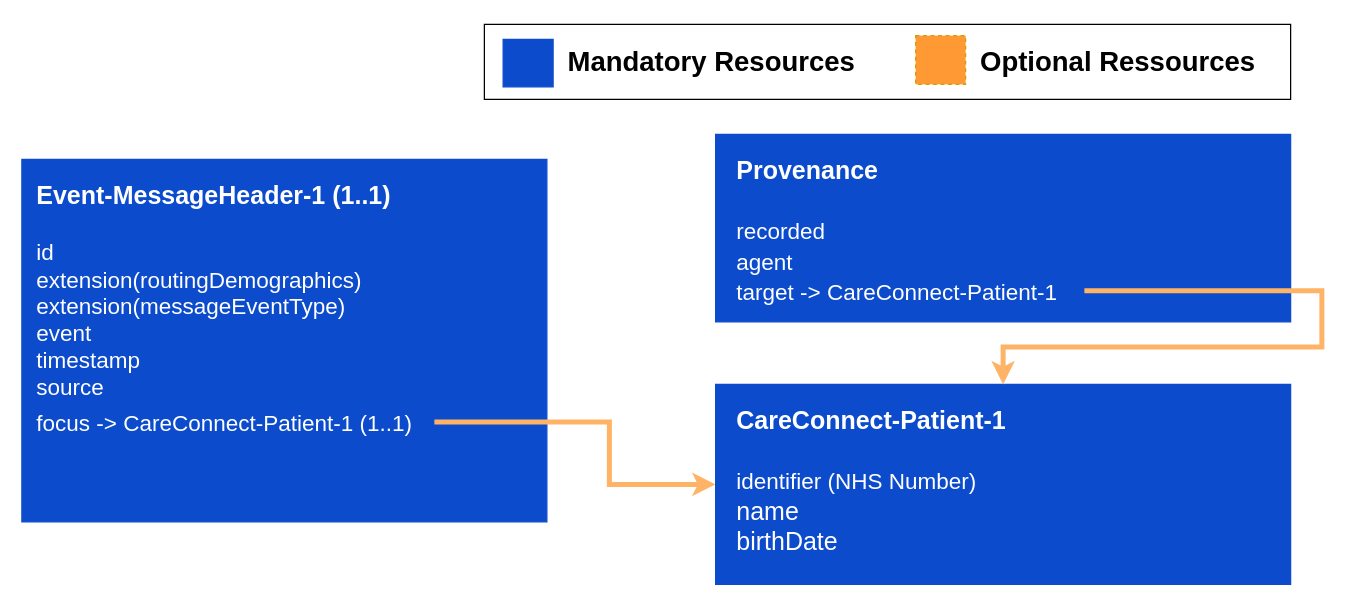
Earlier version of the draw.io diagram images/messages/pds_record_change_1.drawio (nhsconnect/Events-Management). Source tidied: cells renumbered, new cells numbered last; positions are measured from the earlier drawing's top-left corner, leaving out a move shared by most shapes. Both pictures are drawn from the tidied source at 125%, with x=0, y=0 at pixel (21, 21).
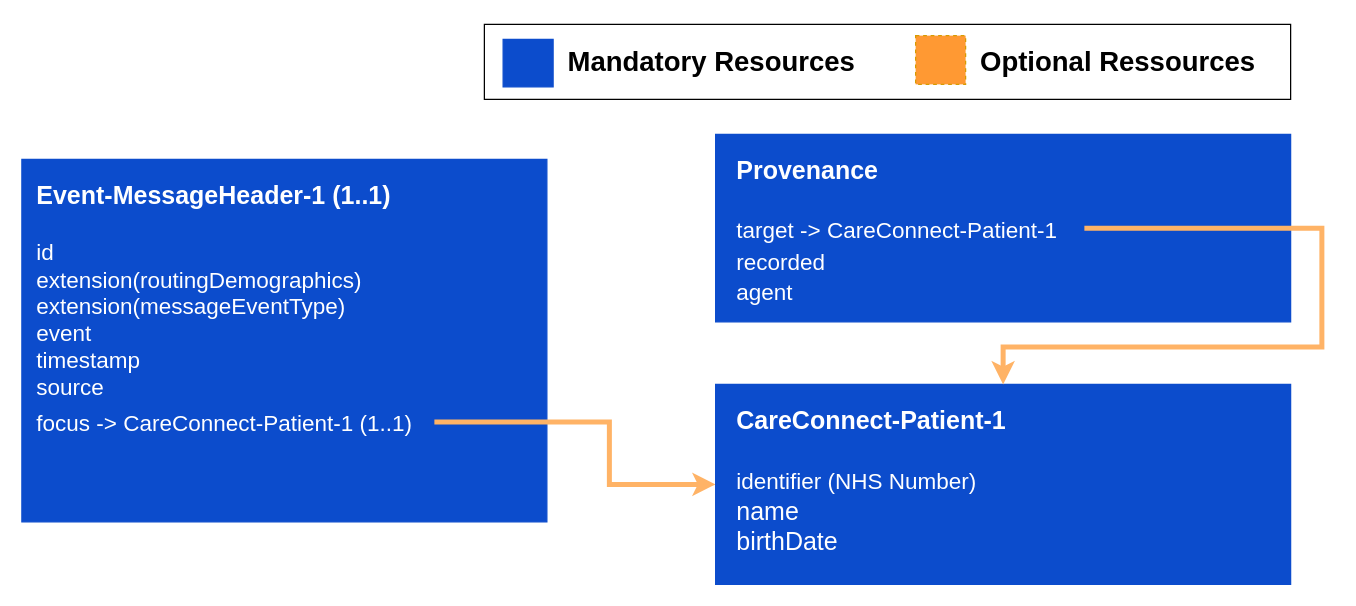
The same page after the edit.

Commit message (it also covers changes not shown here):
Update PDS Change Event Diagram

What changed in the source:
```diff
@@
 <mxGraphModel background="#ffffff">
   <root>
     <mxCell id="0" />
     <mxCell id="1" parent="0" />
     <mxCell id="2" style="rounded=0;whiteSpace=wrap;html=1;strokeColor=#000000;strokeWidth=1;fillColor=none;gradientColor=none;fontSize=90;fontColor=#000000;align=left;" parent="1" vertex="1">
       <mxGeometry x="370" y="2" width="645" height="60" as="geometry" />
     </mxCell>
     <mxCell id="3" value="&lt;br style=&quot;font-size: 20px&quot;&gt;" style="rounded=0;whiteSpace=wrap;html=1;fillColor=#FF9933;strokeColor=#d79b00;fontColor=#000000;verticalAlign=top;align=left;fontSize=20;spacingLeft=10;spacingTop=10;spacingBottom=10;spacingRight=10;fontStyle=1;gradientDirection=east;dashed=1;" parent="1" vertex="1">
       <mxGeometry x="715" y="11" width="40" height="39" as="geometry" />
     </mxCell>
     <mxCell id="4" value="&lt;br style=&quot;font-size: 20px&quot;&gt;" style="rounded=0;whiteSpace=wrap;html=1;fillColor=#0C4CCC;strokeColor=#0C4CCC;fontColor=#FFFFFF;verticalAlign=top;align=left;fontSize=20;spacingLeft=10;spacingTop=10;spacingBottom=10;spacingRight=10;fontStyle=1;" parent="1" vertex="1">
       <mxGeometry x="385" y="14" width="40" height="38" as="geometry" />
     </mxCell>
     <mxCell id="5" value="Optional Ressources" style="text;html=1;strokeColor=none;fillColor=none;align=left;verticalAlign=middle;whiteSpace=wrap;rounded=0;dashed=1;fontSize=22;fontColor=#000000;fontStyle=1;" parent="1" vertex="1">
       <mxGeometry x="765" width="245" height="65" as="geometry" />
     </mxCell>
     <mxCell id="6" value="&lt;div style=&quot;text-align: left&quot;&gt;&lt;span&gt;Mandatory Resources&lt;/span&gt;&lt;/div&gt;" style="text;html=1;strokeColor=none;fillColor=none;align=left;verticalAlign=middle;whiteSpace=wrap;rounded=0;dashed=1;fontSize=22;fontColor=#000000;fontStyle=1;" parent="1" vertex="1">
       <mxGeometry x="435" width="245" height="65" as="geometry" />
     </mxCell>
     <mxCell id="7" value="Event-MessageHeader-1 (1..1)" style="rounded=0;whiteSpace=wrap;html=1;fillColor=#0C4CCC;strokeColor=#0C4CCC;fontColor=#FFFFFF;verticalAlign=top;align=left;fontSize=20;spacingLeft=10;spacingTop=10;spacingBottom=10;spacingRight=10;fontStyle=1;" parent="1" vertex="1">
       <mxGeometry y="110" width="420" height="290" as="geometry" />
     </mxCell>
     <mxCell id="8" style="edgeStyle=orthogonalEdgeStyle;rounded=0;jettySize=auto;html=1;entryX=0;entryY=0.5;entryDx=0;entryDy=0;fillColor=#fff2cc;strokeColor=#FFB366;strokeWidth=4;exitX=1;exitY=0.5;exitDx=0;exitDy=0;" parent="1" edge="1" source="9" target="10">
       <mxGeometry relative="1" as="geometry">
         <Array as="points">
           <mxPoint x="470" y="320" />
           <mxPoint x="470" y="370" />
         </Array>
       </mxGeometry>
     </mxCell>
     <mxCell id="9" value="focus -&amp;gt; CareConnect-Patient-1 (1..1)" style="text;html=1;fontSize=18;fontColor=#FFFFFF;" parent="1" vertex="1">
       <mxGeometry x="10" y="305" width="320" height="30" as="geometry" />
     </mxCell>
     <mxCell id="10" value="CareConnect-Patient-1&lt;br&gt;&lt;br&gt;&lt;span style=&quot;font-size: 18px ; font-weight: 400&quot;&gt;identifier (NHS Number)&lt;br&gt;&lt;/span&gt;&lt;span style=&quot;font-weight: 400&quot;&gt;name&lt;br&gt;birthDate&lt;br&gt;&lt;/span&gt;" style="rounded=0;whiteSpace=wrap;html=1;fillColor=#0C4CCC;strokeColor=#0C4CCC;fontColor=#FFFFFF;verticalAlign=top;align=left;fontSize=20;spacingLeft=15;spacingTop=10;spacingBottom=10;spacingRight=10;fontStyle=1;" parent="1" vertex="1">
       <mxGeometry x="555" y="290" width="460" height="160" as="geometry" />
     </mxCell>
     <mxCell id="11" value="id&lt;br&gt;extension(routingDemographics)&lt;br&gt;extension(messageEventType)&lt;br&gt;event&lt;br&gt;timestamp&lt;br&gt;source" style="text;html=1;fontSize=18;fontColor=#FFFFFF;" parent="1" vertex="1">
       <mxGeometry x="10" y="167.5" width="370" height="137.5" as="geometry" />
     </mxCell>
-    <mxCell id="12" value="Provenance&lt;br&gt;&lt;br&gt;&lt;span style=&quot;font-size: 18px ; font-weight: 400&quot;&gt;recorded&lt;br&gt;agent&lt;/span&gt;&lt;span style=&quot;font-weight: 400&quot;&gt;&lt;br&gt;&lt;/span&gt;" style="rounded=0;whiteSpace=wrap;html=1;fillColor=#0C4CCC;strokeColor=#0C4CCC;fontColor=#FFFFFF;verticalAlign=top;align=left;fontSize=20;spacingLeft=15;spacingTop=10;spacingBottom=10;spacingRight=10;fontStyle=1;" parent="1" vertex="1">
+    <mxCell id="12" value="Provenance&lt;br&gt;&lt;br&gt;&lt;span style=&quot;font-size: 18px ; font-weight: 400&quot;&gt;&lt;br&gt;recorded&lt;br&gt;agent&lt;/span&gt;&lt;span style=&quot;font-weight: 400&quot;&gt;&lt;br&gt;&lt;/span&gt;" style="rounded=0;whiteSpace=wrap;html=1;fillColor=#0C4CCC;strokeColor=#0C4CCC;fontColor=#FFFFFF;verticalAlign=top;align=left;fontSize=20;spacingLeft=15;spacingTop=10;spacingBottom=10;spacingRight=10;fontStyle=1;" parent="1" vertex="1">
       <mxGeometry x="555" y="90" width="460" height="150" as="geometry" />
     </mxCell>
     <mxCell id="13" style="edgeStyle=orthogonalEdgeStyle;rounded=0;jettySize=auto;html=1;exitX=1;exitY=0.5;exitDx=0;exitDy=0;fillColor=#dae8fc;strokeColor=#FFB366;strokeWidth=4;" parent="1" edge="1" source="14" target="10">
       <mxGeometry relative="1" as="geometry">
         <Array as="points">
-          <mxPoint x="1040" y="215" />
+          <mxPoint x="1040" y="165" />
           <mxPoint x="1040" y="260" />
           <mxPoint x="785" y="260" />
         </Array>
       </mxGeometry>
     </mxCell>
     <mxCell id="14" value="target -&amp;gt; CareConnect-Patient-1" style="text;html=1;fontSize=18;fontColor=#FFFFFF;" parent="1" vertex="1">
-      <mxGeometry x="570" y="200" width="280" height="30" as="geometry" />
+      <mxGeometry x="570" y="150" width="280" height="30" as="geometry" />
     </mxCell>
   </root>
 </mxGraphModel>
```
